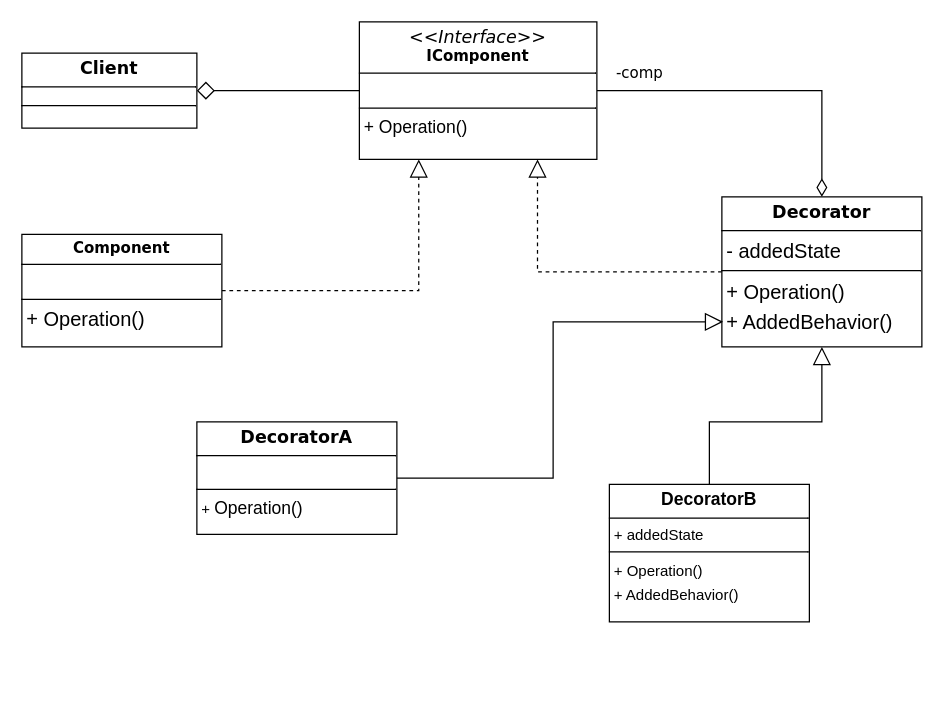
The draw.io diagram TypeScript/Decorator/Decorator.drawio in Dara-Coder/Design-Pattern, before the edit. Source tidied: cells renumbered, new cells numbered last; positions are measured from the earlier drawing's top-left corner, leaving out a move shared by most shapes. Both pictures are drawn from the tidied source at 125%, with x=0, y=0 at pixel (21, 21).
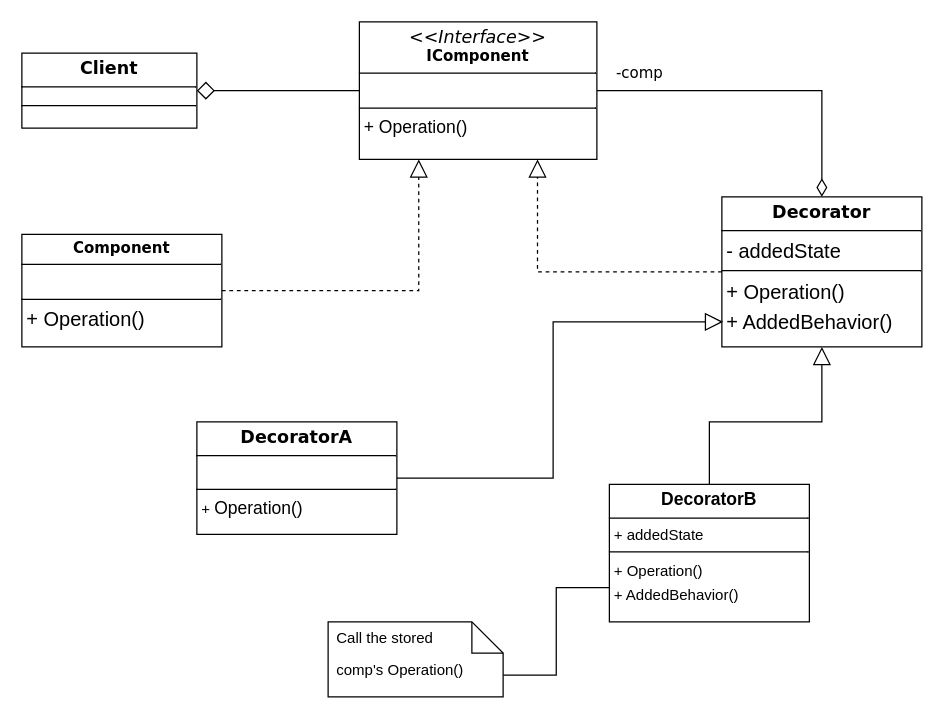
After the change.

Commit message:
decorator pattern

The edit, as a diff of the source:
```diff
@@
 <mxGraphModel>
   <root>
     <mxCell id="0" />
     <mxCell id="1" parent="0" />
     <mxCell id="2" style="edgeStyle=orthogonalEdgeStyle;rounded=0;jettySize=auto;html=1;endArrow=none;endFill=0;startArrow=diamond;startFill=0;strokeWidth=1;targetPerimeterSpacing=0;sourcePerimeterSpacing=0;startSize=12;" parent="1" edge="1" source="3" target="6">
       <mxGeometry relative="1" as="geometry" />
     </mxCell>
     <mxCell id="3" value="&lt;p style=&quot;margin:0px;margin-top:4px;text-align:center;&quot;&gt;&lt;b&gt;&lt;font face=&quot;Verdana&quot; style=&quot;font-size: 14px;&quot;&gt;Client&lt;/font&gt;&lt;/b&gt;&lt;/p&gt;&lt;hr size=&quot;1&quot; style=&quot;border-style:solid;&quot;&gt;&lt;div style=&quot;height:2px;&quot;&gt;&lt;/div&gt;&lt;hr size=&quot;1&quot; style=&quot;border-style:solid;&quot;&gt;&lt;div style=&quot;height:2px;&quot;&gt;&lt;/div&gt;" style="verticalAlign=top;align=left;overflow=fill;html=1;whiteSpace=wrap;" parent="1" vertex="1">
       <mxGeometry y="25" width="140" height="60" as="geometry" />
     </mxCell>
     <mxCell id="4" style="edgeStyle=orthogonalEdgeStyle;rounded=0;jettySize=auto;html=1;entryX=0.5;entryY=0;entryDx=0;entryDy=0;endArrow=diamondThin;endFill=0;endSize=12;startSize=12;" parent="1" edge="1" source="6" target="10">
       <mxGeometry relative="1" as="geometry" />
     </mxCell>
     <mxCell id="5" value="&lt;font face=&quot;Verdana&quot; style=&quot;font-size: 12px;&quot;&gt;-comp&lt;/font&gt;" style="edgeLabel;html=1;align=center;verticalAlign=middle;" parent="4" vertex="1">
       <mxGeometry x="-0.89" y="4" relative="1" as="geometry">
         <mxPoint x="18" y="-11" as="offset" />
       </mxGeometry>
     </mxCell>
     <mxCell id="6" value="&lt;p style=&quot;margin:0px;margin-top:4px;text-align:center;&quot;&gt;&lt;font face=&quot;Verdana&quot;&gt;&lt;i&gt;&lt;font style=&quot;font-size: 14px;&quot;&gt;&amp;lt;&amp;lt;Interface&amp;gt;&amp;gt;&lt;/font&gt;&lt;/i&gt;&lt;br&gt;&lt;b&gt;IComponent&lt;/b&gt;&lt;/font&gt;&lt;/p&gt;&lt;hr size=&quot;1&quot; style=&quot;border-style:solid;&quot;&gt;&lt;p style=&quot;margin:0px;margin-left:4px;&quot;&gt;&lt;font face=&quot;Q1BK5dWeow89UjKP4YQ6&quot;&gt;&lt;br&gt;&lt;/font&gt;&lt;/p&gt;&lt;hr size=&quot;1&quot; style=&quot;border-style:solid;&quot;&gt;&lt;p style=&quot;margin:0px;margin-left:4px;&quot;&gt;&lt;font style=&quot;font-size: 14px;&quot; face=&quot;Q1BK5dWeow89UjKP4YQ6&quot;&gt;+ Operation()&lt;/font&gt;&lt;br&gt;&lt;/p&gt;" style="verticalAlign=top;align=left;overflow=fill;html=1;whiteSpace=wrap;" parent="1" vertex="1">
       <mxGeometry x="270" width="190" height="110" as="geometry" />
     </mxCell>
     <mxCell id="7" style="edgeStyle=orthogonalEdgeStyle;rounded=0;jettySize=auto;html=1;entryX=0.25;entryY=1;entryDx=0;entryDy=0;dashed=1;endArrow=block;endFill=0;endSize=12;" parent="1" edge="1" source="8" target="6">
       <mxGeometry relative="1" as="geometry" />
     </mxCell>
     <mxCell id="8" value="&lt;p style=&quot;margin:0px;margin-top:4px;text-align:center;&quot;&gt;&lt;font face=&quot;Verdana&quot;&gt;&lt;b&gt;Component&lt;/b&gt;&lt;/font&gt;&lt;/p&gt;&lt;hr size=&quot;1&quot; style=&quot;border-style:solid;&quot;&gt;&lt;p style=&quot;margin:0px;margin-left:4px;&quot;&gt;&lt;br&gt;&lt;/p&gt;&lt;hr size=&quot;1&quot; style=&quot;border-style:solid;&quot;&gt;&lt;p style=&quot;margin:0px;margin-left:4px;&quot;&gt;&lt;font size=&quot;3&quot; face=&quot;AqXF7-gaKp5vU-Spmhbg&quot;&gt;+ Operation()&lt;/font&gt;&lt;/p&gt;" style="verticalAlign=top;align=left;overflow=fill;html=1;whiteSpace=wrap;" parent="1" vertex="1">
       <mxGeometry y="170" width="160" height="90" as="geometry" />
     </mxCell>
     <mxCell id="9" style="edgeStyle=orthogonalEdgeStyle;rounded=0;jettySize=auto;html=1;entryX=0.75;entryY=1;entryDx=0;entryDy=0;dashed=1;endArrow=block;endFill=0;startSize=6;endSize=12;" parent="1" edge="1" source="10" target="6">
       <mxGeometry relative="1" as="geometry" />
     </mxCell>
     <mxCell id="10" value="&lt;p style=&quot;margin:0px;margin-top:4px;text-align:center;&quot;&gt;&lt;font face=&quot;Verdana&quot;&gt;&lt;span style=&quot;font-size: 14px;&quot;&gt;&lt;b&gt;Decorator&lt;/b&gt;&lt;/span&gt;&lt;/font&gt;&lt;/p&gt;&lt;hr size=&quot;1&quot; style=&quot;border-style:solid;&quot;&gt;&lt;p style=&quot;margin:0px;margin-left:4px;&quot;&gt;&lt;font size=&quot;3&quot; face=&quot;sPFNrM0nV53jE3aVufnH&quot;&gt;- addedState&lt;/font&gt;&lt;/p&gt;&lt;hr size=&quot;1&quot; style=&quot;border-style:solid;&quot;&gt;&lt;p style=&quot;margin: 0px 0px 0px 4px; line-height: 180%;&quot;&gt;&lt;font face=&quot;sPFNrM0nV53jE3aVufnH&quot; size=&quot;3&quot;&gt;+ Operation()&lt;/font&gt;&lt;/p&gt;&lt;p style=&quot;margin: 0px 0px 0px 4px; line-height: 180%;&quot;&gt;&lt;font face=&quot;sPFNrM0nV53jE3aVufnH&quot; size=&quot;3&quot;&gt;+ AddedBehavior()&lt;/font&gt;&lt;/p&gt;" style="verticalAlign=top;align=left;overflow=fill;html=1;whiteSpace=wrap;" parent="1" vertex="1">
       <mxGeometry x="560" y="140" width="160" height="120" as="geometry" />
     </mxCell>
     <mxCell id="11" value="&lt;p style=&quot;margin:0px;margin-top:4px;text-align:center;&quot;&gt;&lt;b&gt;&lt;font face=&quot;Verdana&quot; style=&quot;font-size: 14px;&quot;&gt;DecoratorA&lt;/font&gt;&lt;/b&gt;&lt;/p&gt;&lt;hr size=&quot;1&quot; style=&quot;border-style:solid;&quot;&gt;&lt;p style=&quot;margin:0px;margin-left:4px;&quot;&gt;&lt;br&gt;&lt;/p&gt;&lt;hr size=&quot;1&quot; style=&quot;border-style:solid;&quot;&gt;&lt;p style=&quot;margin:0px;margin-left:4px;&quot;&gt;+ &lt;font style=&quot;font-size: 14px;&quot;&gt;Operation()&lt;/font&gt;&lt;/p&gt;" style="verticalAlign=top;align=left;overflow=fill;html=1;whiteSpace=wrap;" parent="1" vertex="1">
       <mxGeometry x="140" y="320" width="160" height="90" as="geometry" />
     </mxCell>
     <mxCell id="12" style="edgeStyle=orthogonalEdgeStyle;rounded=0;jettySize=auto;html=1;entryX=0.006;entryY=0.833;entryDx=0;entryDy=0;entryPerimeter=0;endArrow=block;endFill=0;endSize=12;" parent="1" edge="1" source="11" target="10">
       <mxGeometry relative="1" as="geometry" />
     </mxCell>
     <mxCell id="13" style="edgeStyle=orthogonalEdgeStyle;rounded=0;jettySize=auto;html=1;entryX=0.5;entryY=1;entryDx=0;entryDy=0;endSize=12;endArrow=block;endFill=0;" parent="1" edge="1" source="14" target="10">
       <mxGeometry relative="1" as="geometry" />
     </mxCell>
     <mxCell id="14" value="&lt;p style=&quot;margin:0px;margin-top:4px;text-align:center;&quot;&gt;&lt;b&gt;&lt;font style=&quot;font-size: 14px;&quot;&gt;DecoratorB&lt;/font&gt;&lt;/b&gt;&lt;/p&gt;&lt;hr size=&quot;1&quot; style=&quot;border-style:solid;&quot;&gt;&lt;p style=&quot;margin:0px;margin-left:4px;&quot;&gt;+ addedState&lt;/p&gt;&lt;hr size=&quot;1&quot; style=&quot;border-style:solid;&quot;&gt;&lt;p style=&quot;margin: 0px 0px 0px 4px; line-height: 160%;&quot;&gt;+ Operation()&lt;/p&gt;&lt;p style=&quot;margin: 0px 0px 0px 4px; line-height: 160%;&quot;&gt;+ AddedBehavior()&lt;/p&gt;" style="verticalAlign=top;align=left;overflow=fill;html=1;whiteSpace=wrap;" parent="1" vertex="1">
       <mxGeometry x="470" y="370" width="160" height="110" as="geometry" />
     </mxCell>
+    <mxCell id="15" style="edgeStyle=orthogonalEdgeStyle;rounded=0;jettySize=auto;html=1;exitX=0;exitY=0;exitDx=140;exitDy=42.5;exitPerimeter=0;entryX=0;entryY=0.75;entryDx=0;entryDy=0;endArrow=none;endFill=0;" parent="1" edge="1" source="16" target="14">
+      <mxGeometry relative="1" as="geometry" />
+    </mxCell>
+    <mxCell id="16" value="comp's Operation()" style="shape=note2;boundedLbl=1;whiteSpace=wrap;html=1;size=25;verticalAlign=top;align=left;spacingLeft=5;" parent="1" vertex="1">
+      <mxGeometry x="245" y="480" width="140" height="60" as="geometry" />
+    </mxCell>
+    <mxCell id="17" value="Call the stored" style="strokeColor=none;fillColor=none;align=left;spacingLeft=5;whiteSpace=wrap;html=1;" parent="16" vertex="1">
+      <mxGeometry width="140" height="25" relative="1" as="geometry" />
+    </mxCell>
   </root>
 </mxGraphModel>
```
